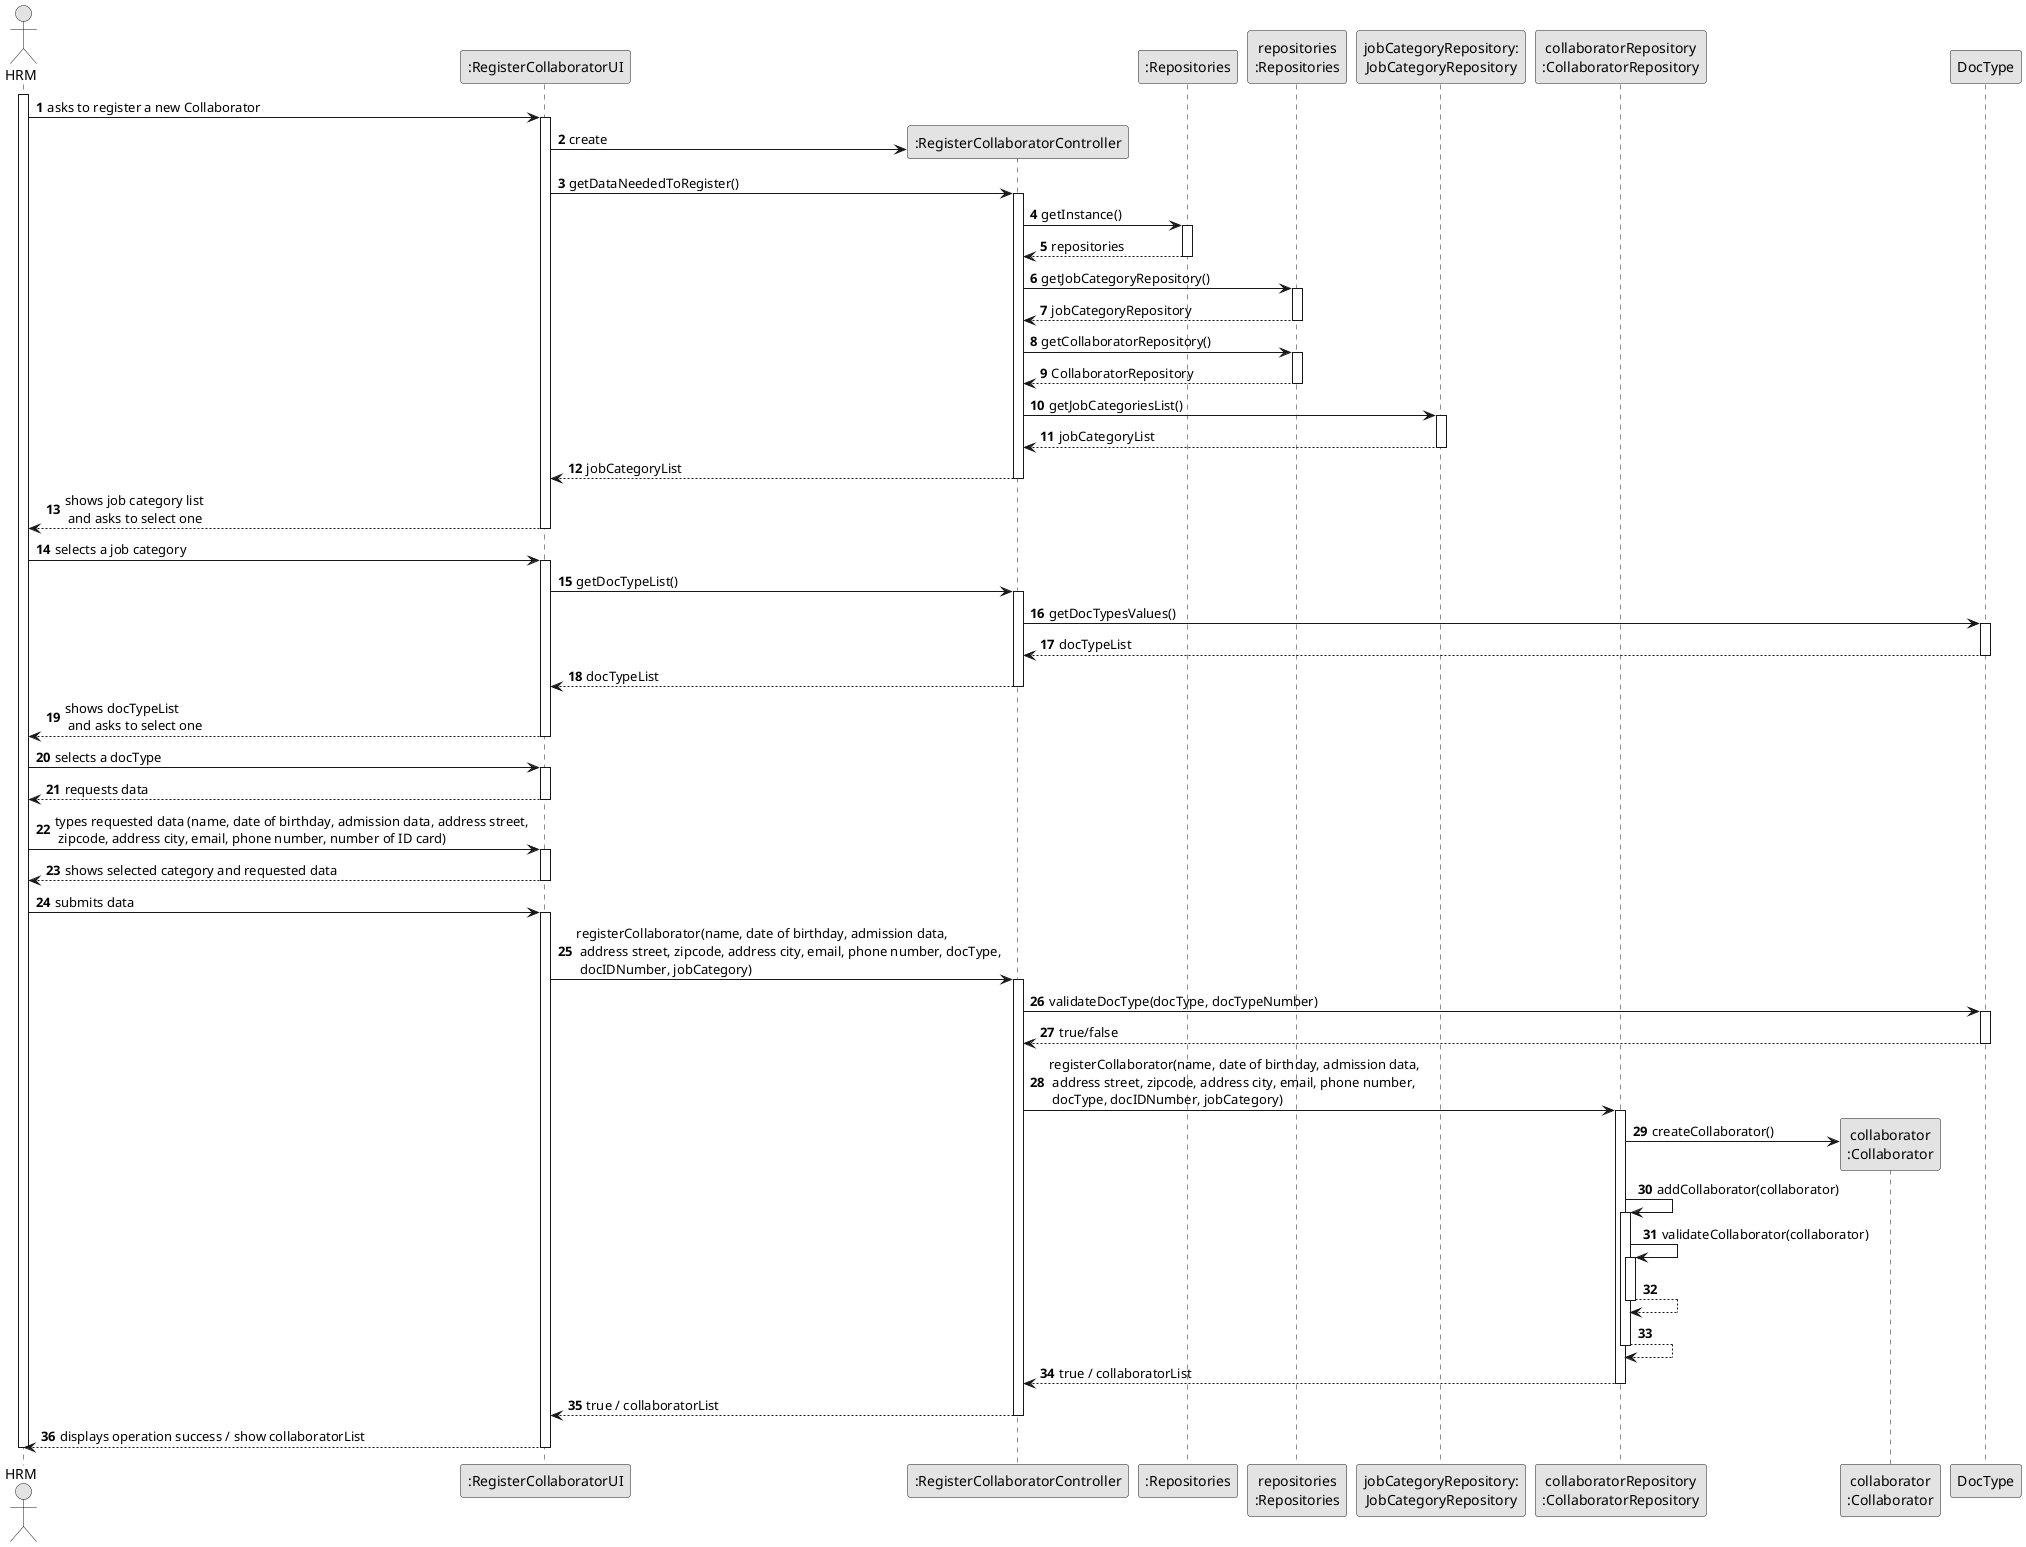
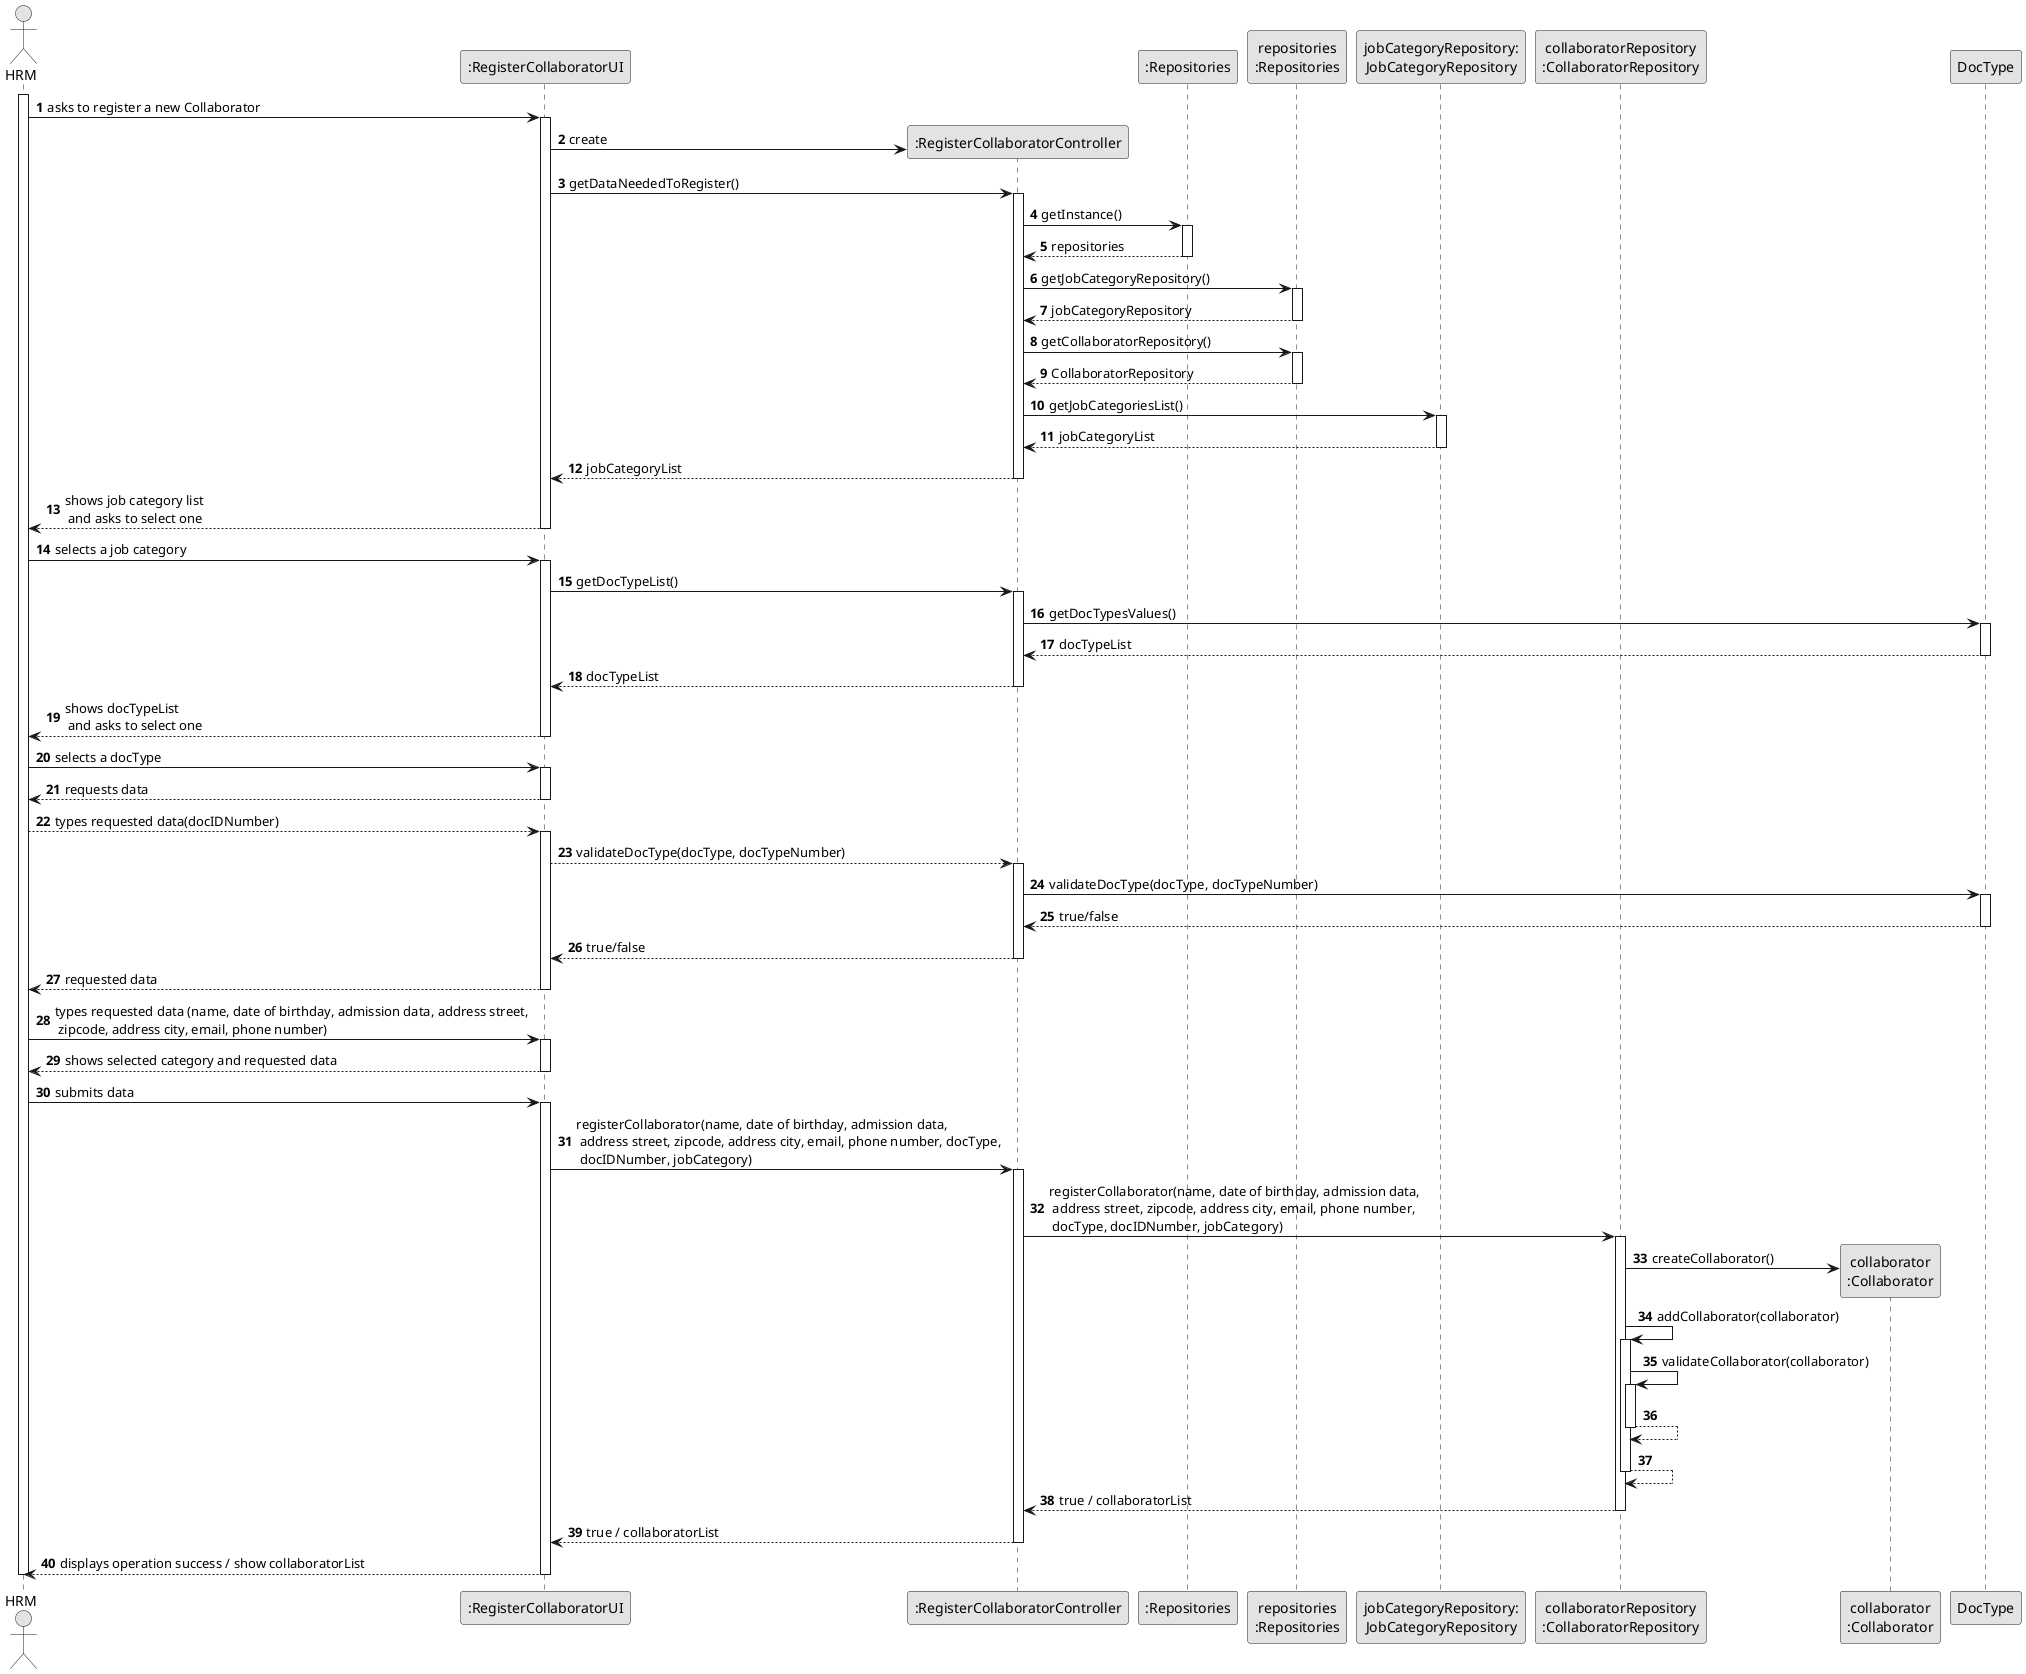
@startuml
skinparam monochrome true
skinparam packageStyle rectangle
skinparam shadowing false

autonumber

'hide footbox
actor "HRM" as HRM
participant ":RegisterCollaboratorUI" as UI
participant ":RegisterCollaboratorController" as CTRL
participant ":Repositories" as RepositorySingleton
participant "repositories\n:Repositories" as PLAT
participant "jobCategoryRepository:\nJobCategoryRepository" as JobCategoryRepository
participant "collaboratorRepository\n:CollaboratorRepository" as CollaboratorRepository
participant "collaborator\n:Collaborator" as Collaborator

activate HRM

        HRM -> UI : asks to register a new Collaborator

        activate UI

'            UI --> HRM : requests data (reference, description,  informal \n description, technical description, duration, cost)
            'create CTRL
            UI -> CTRL** : create

            UI -> CTRL : getDataNeededToRegister()
            activate CTRL

                CTRL -> RepositorySingleton : getInstance()
                activate RepositorySingleton

                    RepositorySingleton --> CTRL: repositories
                deactivate RepositorySingleton

                CTRL -> PLAT : getJobCategoryRepository()
                activate PLAT

                    PLAT --> CTRL: jobCategoryRepository
                deactivate PLAT

                CTRL -> PLAT : getCollaboratorRepository()
                                            activate PLAT

                                                PLAT --> CTRL: CollaboratorRepository
                                            deactivate PLAT

                CTRL -> JobCategoryRepository : getJobCategoriesList()
                activate JobCategoryRepository

                    JobCategoryRepository --> CTRL : jobCategoryList
                deactivate JobCategoryRepository









                CTRL --> UI : jobCategoryList
            deactivate CTRL

            UI --> HRM : shows job category list\n and asks to select one
        deactivate UI

    HRM -> UI : selects a job category
    activate UI






    UI -> CTRL : getDocTypeList()
                activate CTRL

                 CTRL -> DocType : getDocTypesValues()
                                 activate DocType

                                    DocType --> CTRL : docTypeList
                                    deactivate DocType

    CTRL --> UI : docTypeList
    deactivate CTRL



    UI --> HRM : shows docTypeList\n and asks to select one
    deactivate UI

    HRM -> UI : selects a docType
    activate UI


    UI --> HRM : requests data
    deactivate UI

+     HRM --> UI : types requested data(docIDNumber)
+     activate UI
+ 
+     UI --> CTRL : validateDocType(docType, docTypeNumber)
+     activate CTRL


+     CTRL -> DocType : validateDocType(docType, docTypeNumber)
+     activate DocType
+ 
+     DocType --> CTRL : true/false
+     deactivate DocType
+ 
+     CTRL --> UI : true/false
+     deactivate CTRL
+ 
+     UI --> HRM : requested data
+     deactivate UI


- 
- 
- 
-     HRM -> UI : types requested data (name, date of birthday, admission data, address street,\n zipcode, address city, email, phone number, number of ID card)
+     HRM -> UI : types requested data (name, date of birthday, admission data, address street,\n zipcode, address city, email, phone number)
    activate UI



        UI --> HRM : shows selected category and requested data
    deactivate UI

    HRM -> UI : submits data
    activate UI

        UI -> CTRL : registerCollaborator(name, date of birthday, admission data,\n address street, zipcode, address city, email, phone number, docType,\n docIDNumber, jobCategory)
        activate CTRL

- 
- 
- 
-                             CTRL -> DocType : validateDocType(docType, docTypeNumber)
-                             activate DocType
- 
-                                 DocType --> CTRL : true/false
-                             deactivate DocType



            CTRL -> CollaboratorRepository: registerCollaborator(name, date of birthday, admission data,\n address street, zipcode, address city, email, phone number,\n docType, docIDNumber, jobCategory)
            activate CollaboratorRepository

                CollaboratorRepository -> Collaborator**: createCollaborator()
                CollaboratorRepository -> CollaboratorRepository: addCollaborator(collaborator)


                activate CollaboratorRepository
                    CollaboratorRepository -> CollaboratorRepository: validateCollaborator(collaborator)
                    activate CollaboratorRepository
                        CollaboratorRepository --> CollaboratorRepository
                    deactivate CollaboratorRepository

                    CollaboratorRepository --> CollaboratorRepository
                deactivate CollaboratorRepository

                CollaboratorRepository --> CTRL : true / collaboratorList

            deactivate CollaboratorRepository

            CTRL --> UI: true / collaboratorList
            deactivate CTRL
            UI --> HRM : displays operation success / show collaboratorList
    deactivate UI

deactivate HRM

@enduml